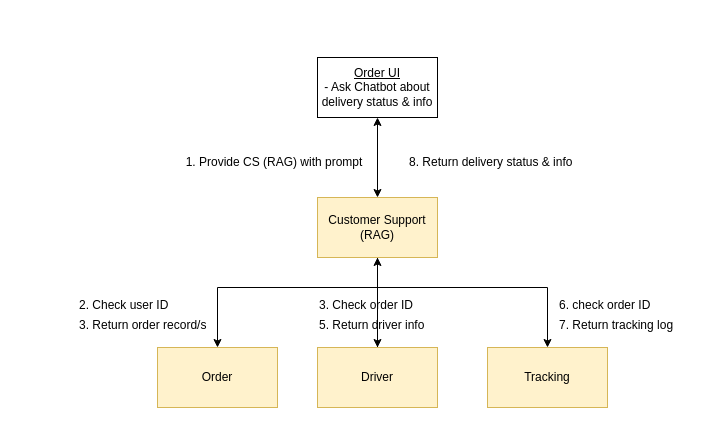
darkliyznyanlin910/esd-2425T2 keeps this draw.io diagram as diagrams/CustomerSupport.drawio. Above is the earlier version. Source tidied: cells renumbered, new cells numbered last; positions are measured from the earlier drawing's top-left corner, leaving out a move shared by most shapes. Both pictures are drawn from the tidied source at 100%, with x=0, y=0 at pixel (77, 57).
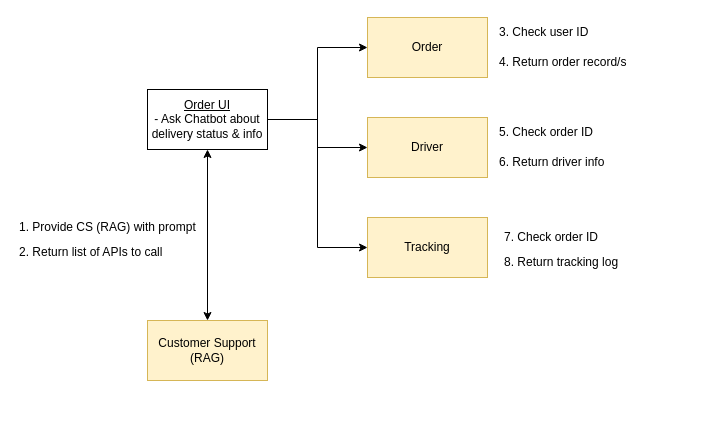
After the change.

Change to the diagram source:
```diff
@@
+    <mxCell id="22" style="edgeStyle=orthogonalEdgeStyle;rounded=0;jettySize=auto;html=1;exitX=1;exitY=0.5;exitDx=0;exitDy=0;entryX=0;entryY=0.5;entryDx=0;entryDy=0;" parent="1" edge="1" source="2" target="10">
+      <mxGeometry relative="1" as="geometry" />
+    </mxCell>
+    <mxCell id="23" style="edgeStyle=orthogonalEdgeStyle;rounded=0;jettySize=auto;html=1;exitX=1;exitY=0.5;exitDx=0;exitDy=0;entryX=0;entryY=0.5;entryDx=0;entryDy=0;" parent="1" edge="1" source="2" target="12">
+      <mxGeometry relative="1" as="geometry" />
+    </mxCell>
+    <mxCell id="24" style="edgeStyle=orthogonalEdgeStyle;rounded=0;jettySize=auto;html=1;exitX=1;exitY=0.5;exitDx=0;exitDy=0;entryX=0;entryY=0.5;entryDx=0;entryDy=0;" parent="1" edge="1" source="2" target="13">
+      <mxGeometry relative="1" as="geometry" />
+    </mxCell>
     <mxCell id="2" value="&lt;u&gt;&lt;span style=&quot;background-color: transparent; color: light-dark(rgb(0, 0, 0), rgb(255, 255, 255));&quot;&gt;Order UI&lt;/span&gt;&lt;br&gt;&lt;/u&gt;&lt;span style=&quot;background-color: transparent; color: light-dark(rgb(0, 0, 0), rgb(255, 255, 255));&quot;&gt;- Ask Chatbot about delivery status &amp;amp; info&lt;/span&gt;" style="rounded=0;whiteSpace=wrap;html=1;align=center;" parent="1" vertex="1">
-      <mxGeometry x="240" width="120" height="60" as="geometry" />
+      <mxGeometry x="70" y="32" width="120" height="60" as="geometry" />
     </mxCell>
@@
-    <mxCell id="4" style="edgeStyle=orthogonalEdgeStyle;rounded=0;jettySize=auto;html=1;exitX=0.5;exitY=1;exitDx=0;exitDy=0;" parent="1" edge="1" source="8">
-      <mxGeometry relative="1" as="geometry">
-        <mxPoint x="300" y="200" as="targetPoint" />
-      </mxGeometry>
-    </mxCell>
-    <mxCell id="5" style="edgeStyle=orthogonalEdgeStyle;rounded=0;jettySize=auto;html=1;exitX=0.5;exitY=1;exitDx=0;exitDy=0;entryX=0.5;entryY=0;entryDx=0;entryDy=0;" parent="1" edge="1" source="8" target="10">
-      <mxGeometry relative="1" as="geometry">
-        <Array as="points">
-          <mxPoint x="300" y="230" />
-          <mxPoint x="140" y="230" />
-        </Array>
-      </mxGeometry>
-    </mxCell>
-    <mxCell id="6" style="edgeStyle=orthogonalEdgeStyle;rounded=0;jettySize=auto;html=1;exitX=0.5;exitY=1;exitDx=0;exitDy=0;entryX=0.5;entryY=0;entryDx=0;entryDy=0;" parent="1" edge="1" source="8" target="13">
-      <mxGeometry relative="1" as="geometry">
-        <Array as="points">
-          <mxPoint x="300" y="230" />
-          <mxPoint x="470" y="230" />
-        </Array>
-      </mxGeometry>
-    </mxCell>
-    <mxCell id="7" style="edgeStyle=orthogonalEdgeStyle;rounded=0;jettySize=auto;html=1;exitX=0.5;exitY=1;exitDx=0;exitDy=0;entryX=0.5;entryY=0;entryDx=0;entryDy=0;" parent="1" edge="1" source="8" target="12">
-      <mxGeometry relative="1" as="geometry" />
-    </mxCell>
     <mxCell id="8" value="Customer Support (RAG)" style="rounded=0;whiteSpace=wrap;html=1;fillColor=#fff2cc;strokeColor=#d6b656;" parent="1" vertex="1">
-      <mxGeometry x="240" y="140" width="120" height="60" as="geometry" />
+      <mxGeometry x="70" y="263" width="120" height="60" as="geometry" />
     </mxCell>
     <mxCell id="9" style="endArrow=classic;startArrow=classic;html=1;rounded=0;exitX=0.5;exitY=0;exitDx=0;exitDy=0;" parent="1" edge="1" source="8">
       <mxGeometry relative="1" as="geometry">
-        <mxPoint x="300" y="60" as="targetPoint" />
+        <mxPoint x="130" y="92" as="targetPoint" />
       </mxGeometry>
     </mxCell>
     <mxCell id="10" value="Order" style="rounded=0;whiteSpace=wrap;html=1;fillColor=#fff2cc;strokeColor=#d6b656;" parent="1" vertex="1">
-      <mxGeometry x="80" y="290" width="120" height="60" as="geometry" />
+      <mxGeometry x="290" y="-40" width="120" height="60" as="geometry" />
     </mxCell>
-    <mxCell id="11" style="edgeStyle=orthogonalEdgeStyle;rounded=0;jettySize=auto;html=1;exitX=0.5;exitY=0;exitDx=0;exitDy=0;entryX=0.5;entryY=1;entryDx=0;entryDy=0;" parent="1" edge="1" source="12" target="8">
-      <mxGeometry relative="1" as="geometry" />
-    </mxCell>
     <mxCell id="12" value="Driver" style="rounded=0;whiteSpace=wrap;html=1;fillColor=#fff2cc;strokeColor=#d6b656;" parent="1" vertex="1">
-      <mxGeometry x="240" y="290" width="120" height="60" as="geometry" />
+      <mxGeometry x="290" y="60" width="120" height="60" as="geometry" />
     </mxCell>
     <mxCell id="13" value="Tracking" style="rounded=0;whiteSpace=wrap;html=1;fillColor=#fff2cc;strokeColor=#d6b656;" parent="1" vertex="1">
-      <mxGeometry x="410" y="290" width="120" height="60" as="geometry" />
+      <mxGeometry x="290" y="160" width="120" height="60" as="geometry" />
     </mxCell>
-    <mxCell id="14" value="&lt;ol&gt;&lt;li&gt;Provide CS (RAG) with prompt&lt;/li&gt;&lt;/ol&gt;" style="text;html=1;align=left;verticalAlign=middle;strokeColor=none;fillColor=none;" parent="1" vertex="1">
-      <mxGeometry x="80" y="80" width="230" height="50" as="geometry" />
+    <mxCell id="14" value="&lt;span style=&quot;background-color: transparent; color: light-dark(rgb(0, 0, 0), rgb(255, 255, 255));&quot;&gt;1. Provide CS (RAG) with prompt&lt;/span&gt;" style="text;html=1;align=left;verticalAlign=middle;strokeColor=none;fillColor=none;" parent="1" vertex="1">
+      <mxGeometry x="-60" y="155" width="200" height="30" as="geometry" />
     </mxCell>
-    <mxCell id="15" value="2. Check user ID" style="text;html=1;align=left;verticalAlign=middle;strokeColor=none;fillColor=none;" parent="1" vertex="1">
-      <mxGeometry y="233" width="110" height="30" as="geometry" />
+    <mxCell id="15" value="3. Check user ID" style="text;html=1;align=left;verticalAlign=middle;strokeColor=none;fillColor=none;" parent="1" vertex="1">
+      <mxGeometry x="420" y="-40" width="110" height="30" as="geometry" />
     </mxCell>
-    <mxCell id="16" value="3. Return order record/s" style="text;html=1;align=left;verticalAlign=middle;strokeColor=none;fillColor=none;" parent="1" vertex="1">
-      <mxGeometry y="253" width="150" height="30" as="geometry" />
+    <mxCell id="16" value="4. Return order record/s" style="text;html=1;align=left;verticalAlign=middle;strokeColor=none;fillColor=none;" parent="1" vertex="1">
+      <mxGeometry x="420" y="-10" width="150" height="30" as="geometry" />
     </mxCell>
-    <mxCell id="17" value="3. Check order ID" style="text;html=1;align=left;verticalAlign=middle;strokeColor=none;fillColor=none;" parent="1" vertex="1">
-      <mxGeometry x="240" y="233" width="120" height="30" as="geometry" />
+    <mxCell id="17" value="5. Check order ID" style="text;html=1;align=left;verticalAlign=middle;strokeColor=none;fillColor=none;" parent="1" vertex="1">
+      <mxGeometry x="420" y="60" width="120" height="30" as="geometry" />
     </mxCell>
-    <mxCell id="18" value="5. Return driver info" style="text;html=1;align=left;verticalAlign=middle;strokeColor=none;fillColor=none;" parent="1" vertex="1">
-      <mxGeometry x="240" y="253" width="130" height="30" as="geometry" />
+    <mxCell id="18" value="6. Return driver info" style="text;html=1;align=left;verticalAlign=middle;strokeColor=none;fillColor=none;" parent="1" vertex="1">
+      <mxGeometry x="420" y="90" width="130" height="30" as="geometry" />
     </mxCell>
-    <mxCell id="19" value="6. check order ID" style="text;html=1;align=left;verticalAlign=middle;strokeColor=none;fillColor=none;" parent="1" vertex="1">
-      <mxGeometry x="480" y="233" width="110" height="30" as="geometry" />
+    <mxCell id="19" value="7. Check order ID" style="text;html=1;align=left;verticalAlign=middle;strokeColor=none;fillColor=none;" parent="1" vertex="1">
+      <mxGeometry x="425" y="165" width="120" height="30" as="geometry" />
     </mxCell>
-    <mxCell id="20" value="7. Return tracking log" style="text;html=1;align=left;verticalAlign=middle;strokeColor=none;fillColor=none;" parent="1" vertex="1">
-      <mxGeometry x="480" y="253" width="140" height="30" as="geometry" />
+    <mxCell id="20" value="8. Return tracking log" style="text;html=1;align=left;verticalAlign=middle;strokeColor=none;fillColor=none;" parent="1" vertex="1">
+      <mxGeometry x="425" y="190" width="140" height="30" as="geometry" />
     </mxCell>
-    <mxCell id="21" value="&lt;span style=&quot;background-color: transparent; color: light-dark(rgb(0, 0, 0), rgb(255, 255, 255));&quot;&gt;8. Return delivery status &amp;amp; info&lt;/span&gt;" style="text;html=1;align=left;verticalAlign=middle;strokeColor=none;fillColor=none;" parent="1" vertex="1">
-      <mxGeometry x="330" y="90" width="190" height="30" as="geometry" />
+    <mxCell id="21" value="&lt;span style=&quot;background-color: transparent; color: light-dark(rgb(0, 0, 0), rgb(255, 255, 255));&quot;&gt;2. Return list of APIs to call&lt;/span&gt;" style="text;html=1;align=left;verticalAlign=middle;strokeColor=none;fillColor=none;" parent="1" vertex="1">
+      <mxGeometry x="-60" y="180" width="170" height="30" as="geometry" />
     </mxCell>
```
